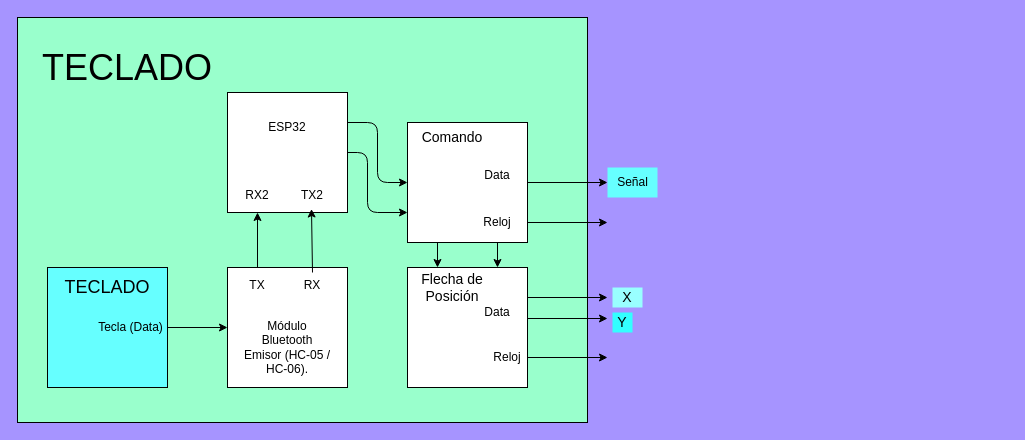
This is retro_paint/diagrams/read_teclado.drawio from safehehe/PTSD1, a draw.io file, before an edit. Source tidied: cells renumbered, new cells numbered last; positions are measured from the earlier drawing's top-left corner, leaving out a move shared by most shapes. Both pictures are drawn from the tidied source at 100%, with x=0, y=0 at pixel (17, 17).
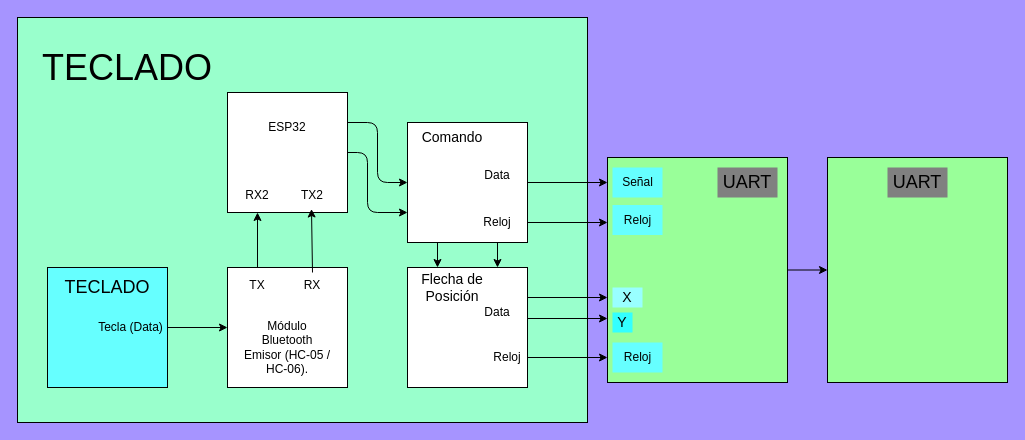
The same diagram, later.

Commit message:
diagrama teclado

Diff of the diagram source:
```diff
@@
+    <mxCell id="38" style="edgeStyle=none;html=1;entryX=0;entryY=0.5;entryDx=0;entryDy=0;" parent="1" edge="1" source="39" target="43">
+      <mxGeometry relative="1" as="geometry" />
+    </mxCell>
+    <mxCell id="39" style="rounded=0;whiteSpace=wrap;html=1;fillColor=#99FF99;" parent="1" vertex="1">
+      <mxGeometry x="590" y="140" width="180" height="225" as="geometry" />
+    </mxCell>
@@
     <mxCell id="30" value="Señal" style="text;html=1;align=center;verticalAlign=middle;strokeColor=none;fillColor=#66FFFF;" parent="1" vertex="1">
-      <mxGeometry x="590" y="150" width="50" height="30" as="geometry" />
+      <mxGeometry x="595" y="150" width="50" height="30" as="geometry" />
     </mxCell>
@@
+    <mxCell id="40" value="Reloj" style="text;html=1;align=center;verticalAlign=middle;strokeColor=none;fillColor=#66FFFF;" parent="1" vertex="1">
+      <mxGeometry x="595" y="187.5" width="50" height="30" as="geometry" />
+    </mxCell>
+    <mxCell id="41" value="Reloj" style="text;html=1;align=center;verticalAlign=middle;strokeColor=none;fillColor=#66FFFF;" parent="1" vertex="1">
+      <mxGeometry x="595" y="325" width="50" height="30" as="geometry" />
+    </mxCell>
+    <mxCell id="42" value="&lt;font style=&quot;font-size: 18px;&quot;&gt;UART&lt;/font&gt;" style="text;html=1;align=center;verticalAlign=middle;whiteSpace=wrap;rounded=0;fillColor=#808080;" parent="1" vertex="1">
+      <mxGeometry x="700" y="150" width="60" height="30" as="geometry" />
+    </mxCell>
+    <mxCell id="43" style="rounded=0;whiteSpace=wrap;html=1;fillColor=#99FF99;" parent="1" vertex="1">
+      <mxGeometry x="810" y="140" width="180" height="225" as="geometry" />
+    </mxCell>
+    <mxCell id="44" value="&lt;font style=&quot;font-size: 18px;&quot;&gt;UART&lt;/font&gt;" style="text;html=1;align=center;verticalAlign=middle;whiteSpace=wrap;rounded=0;fillColor=#808080;" parent="1" vertex="1">
+      <mxGeometry x="870" y="150" width="60" height="30" as="geometry" />
+    </mxCell>
```
